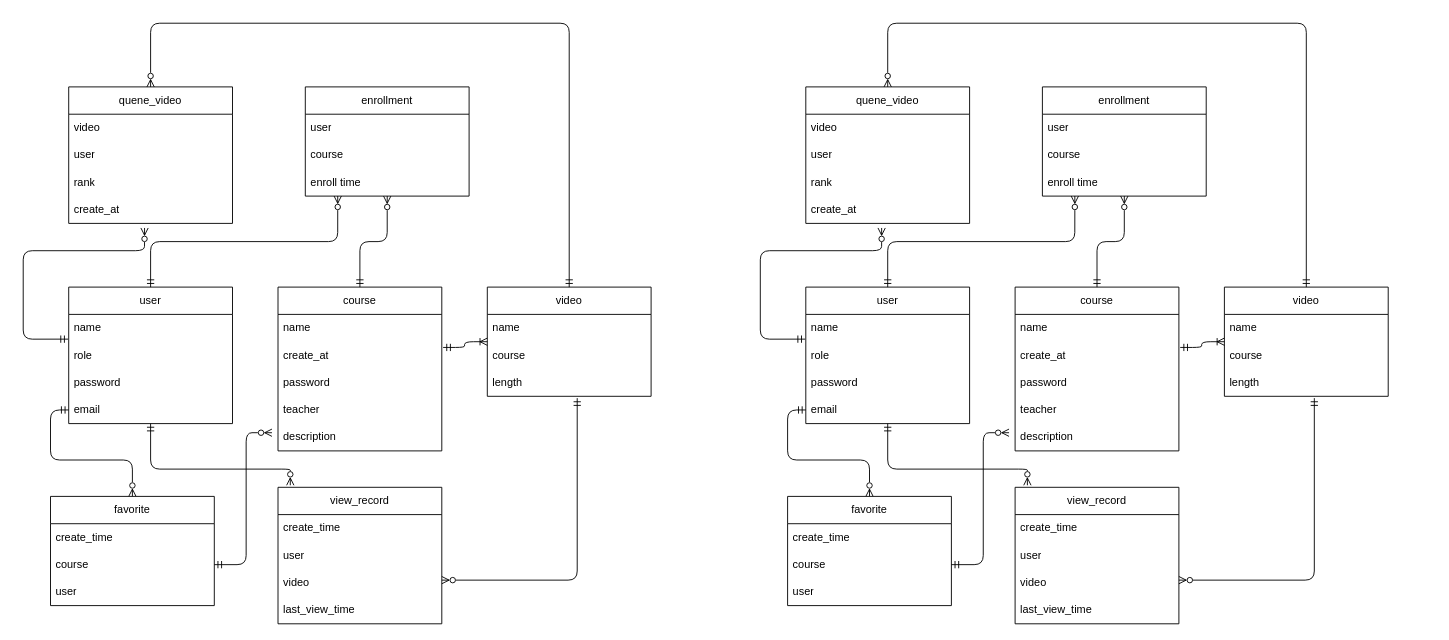
This is erd.drawio from machilan1/cs, a draw.io file, before an edit. Source tidied: cells renumbered, new cells numbered last; positions are measured from the earlier drawing's top-left corner, leaving out a move shared by most shapes. Both pictures are drawn from the tidied source at 91%, with x=0, y=0 at pixel (23, 23).
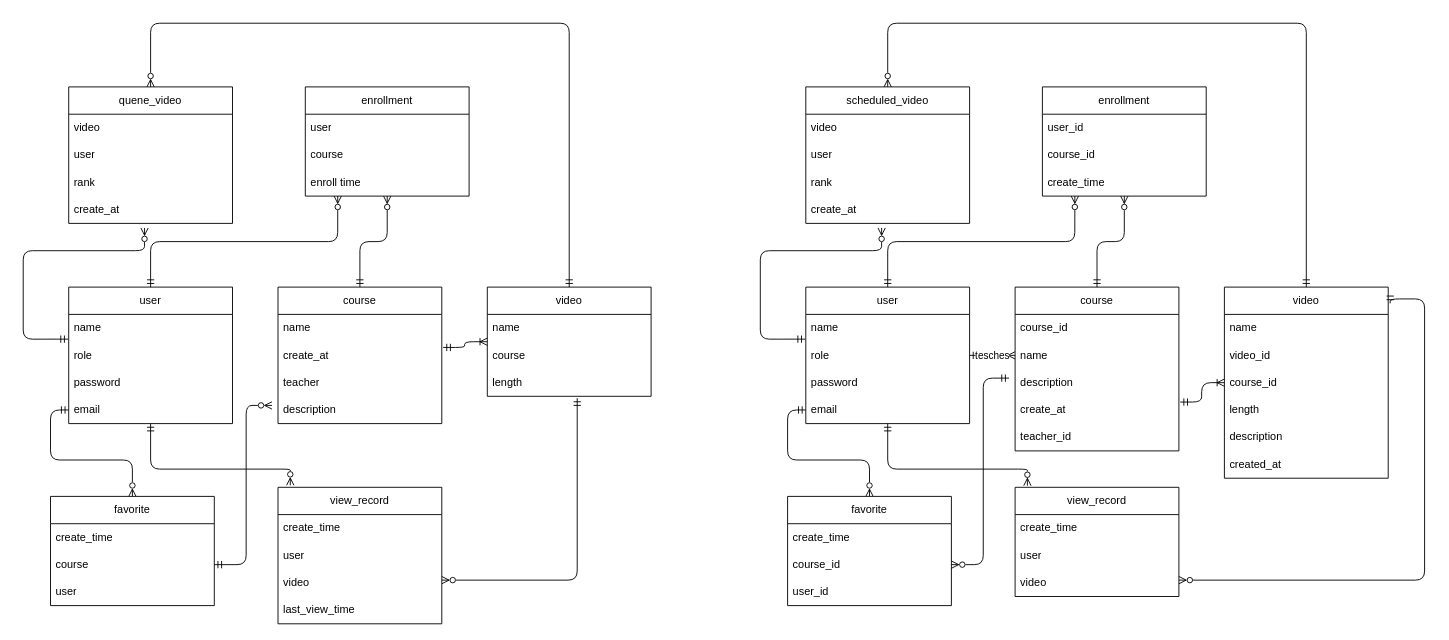
The same page after the edit.

The change refers to these unchanged cells:
```xml
<mxCell id="47" value="role&amp;nbsp;" style="text;strokeColor=none;fillColor=none;align=left;verticalAlign=middle;spacingLeft=4;spacingRight=4;overflow=hidden;points=[[0,0.5],[1,0.5]];portConstraint=eastwest;whiteSpace=wrap;html=1;" parent="45" vertex="1">
  <mxGeometry y="60" width="180" height="30" as="geometry" />
</mxCell>
<mxCell id="50" value="course" style="swimlane;fontStyle=0;horizontal=1;startSize=30;whiteSpace=wrap;html=1;" parent="1" vertex="1">
  <mxGeometry x="1090" y="290" width="180" height="180" as="geometry" />
</mxCell>
<mxCell id="62" value="favorite" style="swimlane;fontStyle=0;horizontal=1;startSize=30;whiteSpace=wrap;html=1;" parent="1" vertex="1">
  <mxGeometry x="840" y="520" width="180" height="120" as="geometry" />
</mxCell>
<mxCell id="78" value="enrollment" style="swimlane;fontStyle=0;horizontal=1;startSize=30;whiteSpace=wrap;html=1;" parent="1" vertex="1">
  <mxGeometry x="1120" y="70" width="180" height="120" as="geometry" />
</mxCell>
```

The edit, as a diff of the source:
```diff
@@
     <mxCell id="8" value="course" style="swimlane;fontStyle=0;horizontal=1;startSize=30;whiteSpace=wrap;html=1;" parent="1" vertex="1">
-      <mxGeometry x="280" y="290" width="180" height="180" as="geometry" />
+      <mxGeometry x="280" y="290" width="180" height="150" as="geometry" />
     </mxCell>
@@
-    <mxCell id="11" value="password" style="text;strokeColor=none;fillColor=none;align=left;verticalAlign=middle;spacingLeft=4;spacingRight=4;overflow=hidden;whiteSpace=wrap;html=1;" parent="8" vertex="1">
-      <mxGeometry y="90" width="180" height="30" as="geometry" />
-    </mxCell>
     <mxCell id="12" value="teacher" style="text;strokeColor=none;fillColor=none;align=left;verticalAlign=middle;spacingLeft=4;spacingRight=4;overflow=hidden;whiteSpace=wrap;html=1;" parent="8" vertex="1">
-      <mxGeometry y="120" width="180" height="30" as="geometry" />
+      <mxGeometry y="90" width="180" height="30" as="geometry" />
     </mxCell>
     <mxCell id="13" value="description" style="text;strokeColor=none;fillColor=none;align=left;verticalAlign=middle;spacingLeft=4;spacingRight=4;overflow=hidden;points=[[0,0.5],[1,0.5]];portConstraint=eastwest;whiteSpace=wrap;html=1;" parent="8" vertex="1">
-      <mxGeometry y="150" width="180" height="30" as="geometry" />
+      <mxGeometry y="120" width="180" height="30" as="geometry" />
     </mxCell>
@@
-    <mxCell id="51" value="name" style="text;strokeColor=none;fillColor=none;align=left;verticalAlign=middle;spacingLeft=4;spacingRight=4;overflow=hidden;whiteSpace=wrap;html=1;" parent="50" vertex="1">
+    <mxCell id="51" value="course_id" style="text;strokeColor=none;fillColor=none;align=left;verticalAlign=middle;spacingLeft=4;spacingRight=4;overflow=hidden;whiteSpace=wrap;html=1;" parent="50" vertex="1">
       <mxGeometry y="30" width="180" height="30" as="geometry" />
     </mxCell>
+    <mxCell id="53" value="name" style="text;strokeColor=none;fillColor=none;align=left;verticalAlign=middle;spacingLeft=4;spacingRight=4;overflow=hidden;points=[[0,0.5],[1,0.5]];portConstraint=eastwest;whiteSpace=wrap;html=1;" parent="50" vertex="1">
+      <mxGeometry y="60" width="180" height="30" as="geometry" />
+    </mxCell>
+    <mxCell id="55" value="description" style="text;strokeColor=none;fillColor=none;align=left;verticalAlign=middle;spacingLeft=4;spacingRight=4;overflow=hidden;points=[[0,0.5],[1,0.5]];portConstraint=eastwest;whiteSpace=wrap;html=1;" parent="50" vertex="1">
+      <mxGeometry y="90" width="180" height="30" as="geometry" />
+    </mxCell>
     <mxCell id="52" value="create_at" style="text;strokeColor=none;fillColor=none;align=left;verticalAlign=middle;spacingLeft=4;spacingRight=4;overflow=hidden;points=[[0,0.5],[1,0.5]];portConstraint=eastwest;whiteSpace=wrap;html=1;" parent="50" vertex="1">
-      <mxGeometry y="60" width="180" height="30" as="geometry" />
+      <mxGeometry y="120" width="180" height="30" as="geometry" />
     </mxCell>
-    <mxCell id="53" value="password" style="text;strokeColor=none;fillColor=none;align=left;verticalAlign=middle;spacingLeft=4;spacingRight=4;overflow=hidden;points=[[0,0.5],[1,0.5]];portConstraint=eastwest;whiteSpace=wrap;html=1;" parent="50" vertex="1">
-      <mxGeometry y="90" width="180" height="30" as="geometry" />
-    </mxCell>
-    <mxCell id="54" value="teacher" style="text;strokeColor=none;fillColor=none;align=left;verticalAlign=middle;spacingLeft=4;spacingRight=4;overflow=hidden;whiteSpace=wrap;html=1;" parent="50" vertex="1">
-      <mxGeometry y="120" width="180" height="30" as="geometry" />
-    </mxCell>
-    <mxCell id="55" value="description" style="text;strokeColor=none;fillColor=none;align=left;verticalAlign=middle;spacingLeft=4;spacingRight=4;overflow=hidden;points=[[0,0.5],[1,0.5]];portConstraint=eastwest;whiteSpace=wrap;html=1;" parent="50" vertex="1">
-      <mxGeometry y="150" width="180" height="30" as="geometry" />
-    </mxCell>
+    <mxCell id="86" value="teacher_id" style="text;strokeColor=none;fillColor=none;align=left;verticalAlign=middle;spacingLeft=4;spacingRight=4;overflow=hidden;whiteSpace=wrap;html=1;" parent="50" vertex="1">
+      <mxGeometry y="150" width="180" height="30" as="geometry" />
+    </mxCell>
@@
     <mxCell id="57" value="video" style="swimlane;fontStyle=0;horizontal=1;startSize=30;whiteSpace=wrap;html=1;" parent="1" vertex="1">
-      <mxGeometry x="1320" y="290" width="180" height="120" as="geometry" />
+      <mxGeometry x="1320" y="290" width="180" height="210" as="geometry" />
     </mxCell>
+    <mxCell id="87" value="name" style="text;strokeColor=none;fillColor=none;align=left;verticalAlign=middle;spacingLeft=4;spacingRight=4;overflow=hidden;whiteSpace=wrap;html=1;" parent="57" vertex="1">
+      <mxGeometry y="30" width="180" height="30" as="geometry" />
+    </mxCell>
-    <mxCell id="58" value="name" style="text;strokeColor=none;fillColor=none;align=left;verticalAlign=middle;spacingLeft=4;spacingRight=4;overflow=hidden;whiteSpace=wrap;html=1;" parent="57" vertex="1">
-      <mxGeometry y="30" width="180" height="30" as="geometry" />
+    <mxCell id="58" value="video_id" style="text;strokeColor=none;fillColor=none;align=left;verticalAlign=middle;spacingLeft=4;spacingRight=4;overflow=hidden;whiteSpace=wrap;html=1;" parent="57" vertex="1">
+      <mxGeometry y="60" width="180" height="30" as="geometry" />
     </mxCell>
-    <mxCell id="59" value="course" style="text;strokeColor=none;fillColor=none;align=left;verticalAlign=middle;spacingLeft=4;spacingRight=4;overflow=hidden;whiteSpace=wrap;html=1;" parent="57" vertex="1">
-      <mxGeometry y="60" width="180" height="30" as="geometry" />
+    <mxCell id="59" value="course_id" style="text;strokeColor=none;fillColor=none;align=left;verticalAlign=middle;spacingLeft=4;spacingRight=4;overflow=hidden;whiteSpace=wrap;html=1;" parent="57" vertex="1">
+      <mxGeometry y="90" width="180" height="30" as="geometry" />
     </mxCell>
     <mxCell id="60" value="length" style="text;strokeColor=none;fillColor=none;align=left;verticalAlign=middle;spacingLeft=4;spacingRight=4;overflow=hidden;whiteSpace=wrap;html=1;" parent="57" vertex="1">
-      <mxGeometry y="90" width="180" height="30" as="geometry" />
+      <mxGeometry y="120" width="180" height="30" as="geometry" />
     </mxCell>
+    <mxCell id="88" value="description" style="text;strokeColor=none;fillColor=none;align=left;verticalAlign=middle;spacingLeft=4;spacingRight=4;overflow=hidden;whiteSpace=wrap;html=1;" parent="57" vertex="1">
+      <mxGeometry y="150" width="180" height="30" as="geometry" />
+    </mxCell>
+    <mxCell id="89" value="created_at" style="text;strokeColor=none;fillColor=none;align=left;verticalAlign=middle;spacingLeft=4;spacingRight=4;overflow=hidden;whiteSpace=wrap;html=1;" parent="57" vertex="1">
+      <mxGeometry y="180" width="180" height="30" as="geometry" />
+    </mxCell>
@@
-    <mxCell id="64" value="course" style="text;strokeColor=none;fillColor=none;align=left;verticalAlign=middle;spacingLeft=4;spacingRight=4;overflow=hidden;points=[[0,0.5],[1,0.5]];portConstraint=eastwest;whiteSpace=wrap;html=1;" parent="62" vertex="1">
+    <mxCell id="64" value="course_id" style="text;strokeColor=none;fillColor=none;align=left;verticalAlign=middle;spacingLeft=4;spacingRight=4;overflow=hidden;points=[[0,0.5],[1,0.5]];portConstraint=eastwest;whiteSpace=wrap;html=1;" parent="62" vertex="1">
       <mxGeometry y="60" width="180" height="30" as="geometry" />
     </mxCell>
-    <mxCell id="65" value="user" style="text;strokeColor=none;fillColor=none;align=left;verticalAlign=middle;spacingLeft=4;spacingRight=4;overflow=hidden;whiteSpace=wrap;html=1;" parent="62" vertex="1">
+    <mxCell id="65" value="user_id" style="text;strokeColor=none;fillColor=none;align=left;verticalAlign=middle;spacingLeft=4;spacingRight=4;overflow=hidden;whiteSpace=wrap;html=1;" parent="62" vertex="1">
       <mxGeometry y="90" width="180" height="30" as="geometry" />
     </mxCell>
     <mxCell id="66" value="view_record" style="swimlane;fontStyle=0;horizontal=1;startSize=30;whiteSpace=wrap;html=1;" parent="1" vertex="1">
-      <mxGeometry x="1090" y="510" width="180" height="150" as="geometry" />
+      <mxGeometry x="1090" y="510" width="180" height="120" as="geometry" />
     </mxCell>
@@
-    <mxCell id="70" value="last_view_time" style="text;strokeColor=none;fillColor=none;align=left;verticalAlign=middle;spacingLeft=4;spacingRight=4;overflow=hidden;whiteSpace=wrap;html=1;" parent="66" vertex="1">
-      <mxGeometry y="120" width="180" height="30" as="geometry" />
-    </mxCell>
@@
-    <mxCell id="72" value="quene_video" style="swimlane;fontStyle=0;horizontal=1;startSize=30;whiteSpace=wrap;html=1;" parent="1" vertex="1">
+    <mxCell id="72" value="scheduled_video" style="swimlane;fontStyle=0;horizontal=1;startSize=30;whiteSpace=wrap;html=1;" parent="1" vertex="1">
       <mxGeometry x="860" y="70" width="180" height="150" as="geometry" />
     </mxCell>
@@
-    <mxCell id="79" value="user" style="text;strokeColor=none;fillColor=none;align=left;verticalAlign=middle;spacingLeft=4;spacingRight=4;overflow=hidden;whiteSpace=wrap;html=1;" parent="78" vertex="1">
+    <mxCell id="79" value="user_id" style="text;strokeColor=none;fillColor=none;align=left;verticalAlign=middle;spacingLeft=4;spacingRight=4;overflow=hidden;whiteSpace=wrap;html=1;" parent="78" vertex="1">
       <mxGeometry y="30" width="180" height="30" as="geometry" />
     </mxCell>
-    <mxCell id="80" value="course" style="text;strokeColor=none;fillColor=none;align=left;verticalAlign=middle;spacingLeft=4;spacingRight=4;overflow=hidden;whiteSpace=wrap;html=1;" parent="78" vertex="1">
+    <mxCell id="80" value="course_id" style="text;strokeColor=none;fillColor=none;align=left;verticalAlign=middle;spacingLeft=4;spacingRight=4;overflow=hidden;whiteSpace=wrap;html=1;" parent="78" vertex="1">
       <mxGeometry y="60" width="180" height="30" as="geometry" />
     </mxCell>
-    <mxCell id="81" value="enroll time" style="text;strokeColor=none;fillColor=none;align=left;verticalAlign=middle;spacingLeft=4;spacingRight=4;overflow=hidden;points=[[0,0.5],[1,0.5]];portConstraint=eastwest;whiteSpace=wrap;html=1;" parent="78" vertex="1">
+    <mxCell id="81" value="create_time" style="text;strokeColor=none;fillColor=none;align=left;verticalAlign=middle;spacingLeft=4;spacingRight=4;overflow=hidden;points=[[0,0.5],[1,0.5]];portConstraint=eastwest;whiteSpace=wrap;html=1;" parent="78" vertex="1">
       <mxGeometry y="90" width="180" height="30" as="geometry" />
     </mxCell>
@@
-    <mxCell id="84" style="edgeStyle=orthogonalEdgeStyle;html=1;entryX=0.549;entryY=1.168;entryDx=0;entryDy=0;entryPerimeter=0;startArrow=ERzeroToMany;startFill=0;endArrow=ERmandOne;endFill=0;" parent="1" edge="1">
+    <mxCell id="84" style="edgeStyle=orthogonalEdgeStyle;html=1;entryX=1.012;entryY=0.085;entryDx=0;entryDy=0;entryPerimeter=0;startArrow=ERzeroToMany;startFill=0;endArrow=ERmandOne;endFill=0;" parent="1" edge="1" target="57">
       <mxGeometry relative="1" as="geometry">
         <mxPoint x="1270" y="612" as="sourcePoint" />
-        <mxPoint x="1418.8" y="412" as="targetPoint" />
         <Array as="points">
-          <mxPoint x="1419" y="612" />
+          <mxPoint x="1540" y="612" />
+          <mxPoint x="1540" y="303" />
         </Array>
       </mxGeometry>
     </mxCell>
+    <mxCell id="90" value="tesches" style="edgeStyle=none;html=1;entryX=0;entryY=0.5;entryDx=0;entryDy=0;endArrow=ERzeroToMany;endFill=0;startArrow=ERmandOne;startFill=0;" parent="1" edge="1" source="47" target="53">
+      <mxGeometry relative="1" as="geometry" />
+    </mxCell>
-    <mxCell id="85" style="edgeStyle=orthogonalEdgeStyle;html=1;startArrow=ERzeroToMany;startFill=0;endArrow=ERmandOne;endFill=0;exitX=-0.037;exitY=0.334;exitDx=0;exitDy=0;exitPerimeter=0;" parent="1" edge="1" source="55" target="64">
+    <mxCell id="85" style="edgeStyle=orthogonalEdgeStyle;html=1;startArrow=ERzeroToMany;startFill=0;endArrow=ERmandOne;endFill=0;entryX=-0.037;entryY=0.334;entryDx=0;entryDy=0;entryPerimeter=0;" parent="1" edge="1" source="64" target="55">
       <mxGeometry relative="1" as="geometry" />
     </mxCell>
```
